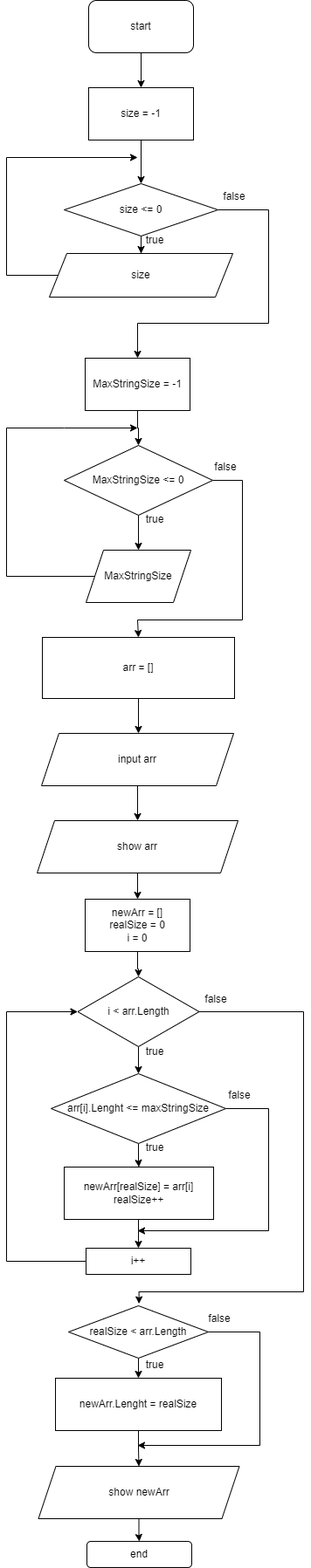
Earlier version of the draw.io export BlockSchema.png (granddizzy/TestWorkFirstQuarter). Source tidied: cells renumbered, new cells last; positions are measured from the earlier drawing's top-left corner, leaving out a move shared by most shapes.
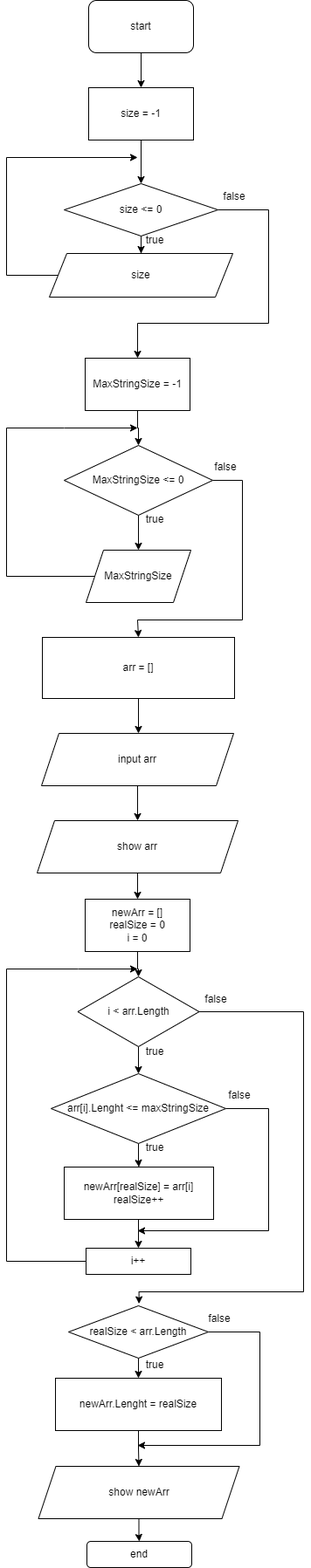
After the change.

What changed in the source:
```diff
@@ -172,11 +172,13 @@
     <mxCell id="41" value="end" style="rounded=1;whiteSpace=wrap;html=1;" parent="1" vertex="1">
       <mxGeometry x="92" y="1766" width="120" height="30" as="geometry" />
     </mxCell>
-    <mxCell id="42" style="edgeStyle=orthogonalEdgeStyle;rounded=0;jettySize=auto;html=1;entryX=0;entryY=0.5;entryDx=0;entryDy=0;" parent="1" edge="1" source="43" target="28">
+    <mxCell id="42" style="edgeStyle=orthogonalEdgeStyle;rounded=0;jettySize=auto;html=1;" parent="1" edge="1" source="43">
       <mxGeometry relative="1" as="geometry">
+        <mxPoint x="150" y="1110" as="targetPoint" />
         <Array as="points">
           <mxPoint y="1445" />
-          <mxPoint y="1159" />
+          <mxPoint y="1110" />
+          <mxPoint x="82" y="1110" />
         </Array>
       </mxGeometry>
     </mxCell>
```
